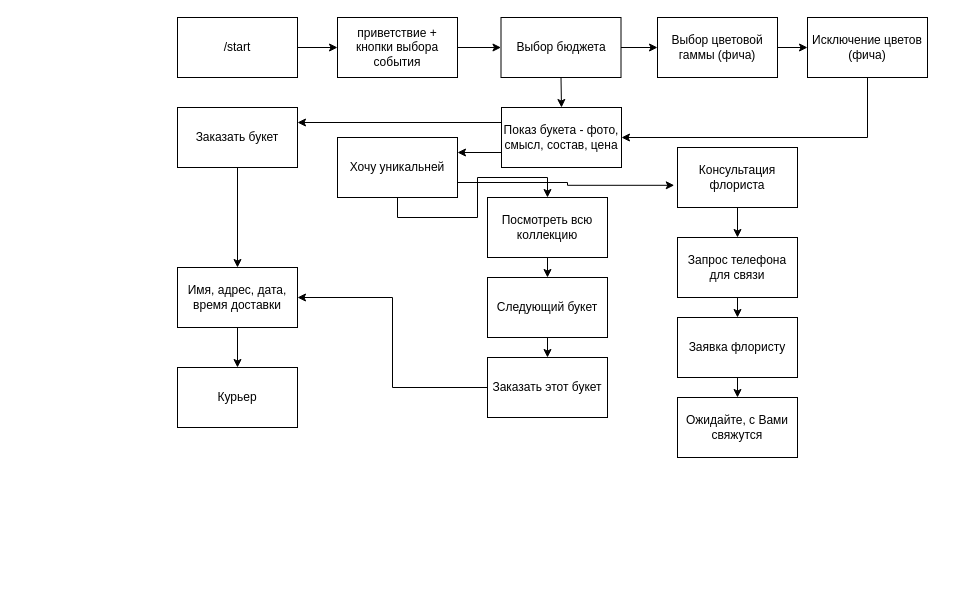
Before: FlowerShopDiagram.drawio in KamenskiyIlya/FlowerShop, a draw.io diagram. Source tidied: cells renumbered, new cells numbered last; positions are measured from the earlier drawing's top-left corner, leaving out a move shared by most shapes. Both pictures are drawn from the tidied source at 100%, with x=0, y=0 at pixel (177, 17).
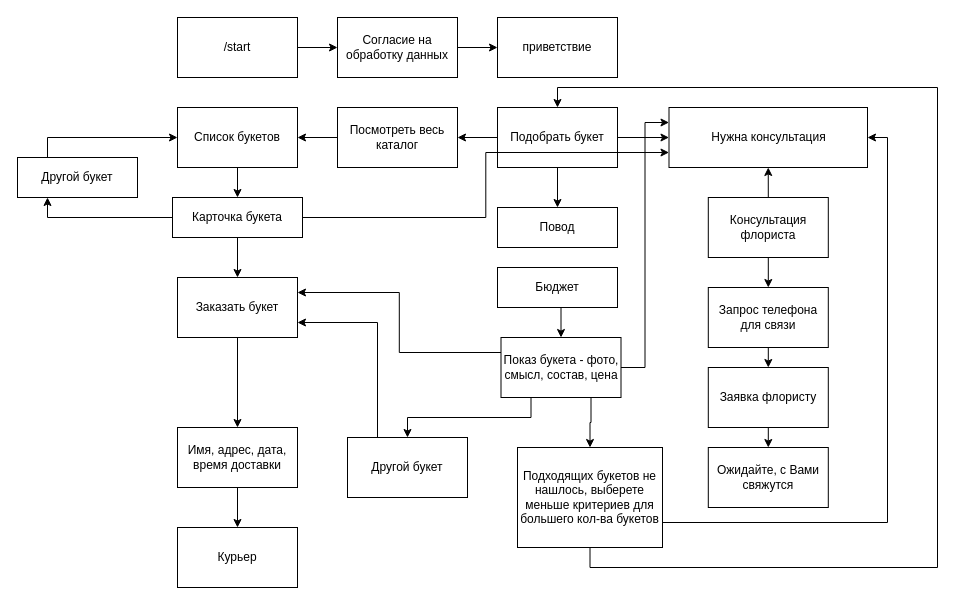
The same page after the edit.

The change refers to these unchanged cells:
```xml
<mxCell id="3" value="/start" style="rounded=0;whiteSpace=wrap;html=1;" parent="1" vertex="1">
  <mxGeometry width="120" height="60" as="geometry" />
</mxCell>
```

The edit, as a diff of the source:
```diff
@@
-    <mxCell id="2" style="edgeStyle=orthogonalEdgeStyle;rounded=0;jettySize=auto;html=1;exitX=1;exitY=0.5;exitDx=0;exitDy=0;entryX=0;entryY=0.5;entryDx=0;entryDy=0;" parent="1" edge="1" source="3" target="8">
-      <mxGeometry relative="1" as="geometry" />
-    </mxCell>
+    <mxCell id="37" style="edgeStyle=orthogonalEdgeStyle;rounded=0;jettySize=auto;html=1;exitX=1;exitY=0.5;exitDx=0;exitDy=0;entryX=0;entryY=0.5;entryDx=0;entryDy=0;" parent="1" edge="1" source="3" target="45">
+      <mxGeometry relative="1" as="geometry" />
+    </mxCell>
@@
-    <mxCell id="4" style="edgeStyle=orthogonalEdgeStyle;rounded=0;jettySize=auto;html=1;exitX=1;exitY=0.5;exitDx=0;exitDy=0;entryX=0;entryY=0.5;entryDx=0;entryDy=0;" parent="1" edge="1" source="6" target="10">
-      <mxGeometry relative="1" as="geometry" />
-    </mxCell>
-    <mxCell id="5" style="edgeStyle=orthogonalEdgeStyle;rounded=0;jettySize=auto;html=1;exitX=0.5;exitY=1;exitDx=0;exitDy=0;entryX=0.5;entryY=0;entryDx=0;entryDy=0;" parent="1" edge="1" source="6" target="15">
-      <mxGeometry relative="1" as="geometry" />
-    </mxCell>
-    <mxCell id="6" value="Выбор бюджета" style="rounded=0;whiteSpace=wrap;html=1;" parent="1" vertex="1">
-      <mxGeometry x="323.5" width="120" height="60" as="geometry" />
-    </mxCell>
-    <mxCell id="7" style="edgeStyle=orthogonalEdgeStyle;rounded=0;jettySize=auto;html=1;exitX=1;exitY=0.5;exitDx=0;exitDy=0;entryX=0;entryY=0.5;entryDx=0;entryDy=0;" parent="1" edge="1" source="8" target="6">
-      <mxGeometry relative="1" as="geometry" />
-    </mxCell>
-    <mxCell id="8" value="приветствие + кнопки выбора события" style="rounded=0;whiteSpace=wrap;html=1;" parent="1" vertex="1">
-      <mxGeometry x="160" width="120" height="60" as="geometry" />
+    <mxCell id="8" value="приветствие" style="rounded=0;whiteSpace=wrap;html=1;" parent="1" vertex="1">
+      <mxGeometry x="320" width="120" height="60" as="geometry" />
     </mxCell>
-    <mxCell id="9" style="edgeStyle=orthogonalEdgeStyle;rounded=0;jettySize=auto;html=1;exitX=1;exitY=0.5;exitDx=0;exitDy=0;entryX=0;entryY=0.5;entryDx=0;entryDy=0;" parent="1" edge="1" source="10" target="12">
-      <mxGeometry relative="1" as="geometry" />
-    </mxCell>
-    <mxCell id="10" value="Выбор цветовой гаммы (фича)" style="rounded=0;whiteSpace=wrap;html=1;" parent="1" vertex="1">
-      <mxGeometry x="480" width="120" height="60" as="geometry" />
-    </mxCell>
-    <mxCell id="11" style="edgeStyle=orthogonalEdgeStyle;rounded=0;jettySize=auto;html=1;exitX=0.5;exitY=1;exitDx=0;exitDy=0;entryX=1;entryY=0.5;entryDx=0;entryDy=0;" parent="1" edge="1" source="12" target="15">
-      <mxGeometry relative="1" as="geometry" />
-    </mxCell>
-    <mxCell id="12" value="Исключение цветов&lt;div&gt;(фича)&lt;/div&gt;" style="rounded=0;whiteSpace=wrap;html=1;" parent="1" vertex="1">
-      <mxGeometry x="630" width="120" height="60" as="geometry" />
-    </mxCell>
@@
-    <mxCell id="14" style="edgeStyle=orthogonalEdgeStyle;rounded=0;jettySize=auto;html=1;exitX=0;exitY=0.75;exitDx=0;exitDy=0;entryX=1;entryY=0.25;entryDx=0;entryDy=0;" parent="1" edge="1" source="15" target="19">
-      <mxGeometry relative="1" as="geometry" />
-    </mxCell>
+    <mxCell id="38" style="edgeStyle=orthogonalEdgeStyle;rounded=0;jettySize=auto;html=1;exitX=1;exitY=0.5;exitDx=0;exitDy=0;entryX=0;entryY=0.25;entryDx=0;entryDy=0;" parent="1" edge="1" source="15" target="52">
+      <mxGeometry relative="1" as="geometry" />
+    </mxCell>
+    <mxCell id="39" style="edgeStyle=orthogonalEdgeStyle;rounded=0;jettySize=auto;html=1;exitX=0.75;exitY=1;exitDx=0;exitDy=0;entryX=0.5;entryY=0;entryDx=0;entryDy=0;" parent="1" edge="1" source="15" target="26">
+      <mxGeometry relative="1" as="geometry" />
+    </mxCell>
+    <mxCell id="40" style="edgeStyle=orthogonalEdgeStyle;rounded=0;jettySize=auto;html=1;exitX=0.25;exitY=1;exitDx=0;exitDy=0;" parent="1" edge="1" source="15" target="65">
+      <mxGeometry relative="1" as="geometry" />
+    </mxCell>
     <mxCell id="15" value="Показ букета - фото, смысл, состав, цена" style="rounded=0;whiteSpace=wrap;html=1;" parent="1" vertex="1">
-      <mxGeometry x="324" y="90" width="120" height="60" as="geometry" />
+      <mxGeometry x="323.5" y="320" width="120" height="60" as="geometry" />
     </mxCell>
@@
     <mxCell id="17" value="Заказать букет" style="rounded=0;whiteSpace=wrap;html=1;" parent="1" vertex="1">
-      <mxGeometry y="90" width="120" height="60" as="geometry" />
+      <mxGeometry y="260" width="120" height="60" as="geometry" />
     </mxCell>
-    <mxCell id="18" style="edgeStyle=orthogonalEdgeStyle;rounded=0;jettySize=auto;html=1;exitX=0.5;exitY=1;exitDx=0;exitDy=0;entryX=0.5;entryY=0;entryDx=0;entryDy=0;" parent="1" edge="1" source="19" target="26">
-      <mxGeometry relative="1" as="geometry" />
-    </mxCell>
-    <mxCell id="19" value="Хочу уникальней" style="rounded=0;whiteSpace=wrap;html=1;" parent="1" vertex="1">
-      <mxGeometry x="160" y="120" width="120" height="60" as="geometry" />
-    </mxCell>
@@
     <mxCell id="21" value="Имя, адрес, дата, время доставки" style="rounded=0;whiteSpace=wrap;html=1;" parent="1" vertex="1">
-      <mxGeometry y="250" width="120" height="60" as="geometry" />
+      <mxGeometry y="410" width="120" height="60" as="geometry" />
     </mxCell>
     <mxCell id="22" value="Курьер" style="rounded=0;whiteSpace=wrap;html=1;" parent="1" vertex="1">
-      <mxGeometry y="350" width="120" height="60" as="geometry" />
+      <mxGeometry y="510" width="120" height="60" as="geometry" />
     </mxCell>
@@
+    <mxCell id="41" style="edgeStyle=orthogonalEdgeStyle;rounded=0;jettySize=auto;html=1;exitX=0.5;exitY=0;exitDx=0;exitDy=0;entryX=0.5;entryY=1;entryDx=0;entryDy=0;" parent="1" edge="1" source="24" target="52">
+      <mxGeometry relative="1" as="geometry" />
+    </mxCell>
     <mxCell id="24" value="Консультация флориста" style="rounded=0;whiteSpace=wrap;html=1;" parent="1" vertex="1">
-      <mxGeometry x="500" y="130" width="120" height="60" as="geometry" />
+      <mxGeometry x="530.8" y="180" width="120" height="60" as="geometry" />
     </mxCell>
-    <mxCell id="25" style="edgeStyle=orthogonalEdgeStyle;rounded=0;jettySize=auto;html=1;exitX=0.5;exitY=1;exitDx=0;exitDy=0;entryX=0.5;entryY=0;entryDx=0;entryDy=0;" parent="1" edge="1" source="26" target="28">
-      <mxGeometry relative="1" as="geometry" />
-    </mxCell>
+    <mxCell id="42" style="edgeStyle=orthogonalEdgeStyle;rounded=0;jettySize=auto;html=1;exitX=1;exitY=0.75;exitDx=0;exitDy=0;entryX=1;entryY=0.5;entryDx=0;entryDy=0;" parent="1" edge="1" source="26" target="52">
+      <mxGeometry relative="1" as="geometry" />
+    </mxCell>
+    <mxCell id="43" style="edgeStyle=orthogonalEdgeStyle;rounded=0;jettySize=auto;html=1;exitX=0.5;exitY=1;exitDx=0;exitDy=0;entryX=0.5;entryY=0;entryDx=0;entryDy=0;" parent="1" edge="1" source="26" target="51">
+      <mxGeometry relative="1" as="geometry">
+        <Array as="points">
+          <mxPoint x="413" y="550" />
+          <mxPoint x="760" y="550" />
+          <mxPoint x="760" y="70" />
+          <mxPoint x="380" y="70" />
+        </Array>
+      </mxGeometry>
+    </mxCell>
-    <mxCell id="26" value="Посмотреть всю коллекцию" style="rounded=0;whiteSpace=wrap;html=1;" parent="1" vertex="1">
-      <mxGeometry x="310" y="180" width="120" height="60" as="geometry" />
+    <mxCell id="26" value="Подходящих букетов не нашлось, выберете меньше критериев для большего кол-ва букетов" style="rounded=0;whiteSpace=wrap;html=1;" parent="1" vertex="1">
+      <mxGeometry x="340" y="430" width="145" height="100" as="geometry" />
     </mxCell>
-    <mxCell id="27" style="edgeStyle=orthogonalEdgeStyle;rounded=0;jettySize=auto;html=1;exitX=0.5;exitY=1;exitDx=0;exitDy=0;entryX=0.5;entryY=0;entryDx=0;entryDy=0;" parent="1" edge="1" source="28" target="35">
-      <mxGeometry relative="1" as="geometry" />
-    </mxCell>
-    <mxCell id="28" value="Следующий букет" style="rounded=0;whiteSpace=wrap;html=1;" parent="1" vertex="1">
-      <mxGeometry x="310" y="260" width="120" height="60" as="geometry" />
-    </mxCell>
@@
     <mxCell id="30" value="Запрос телефона для связи" style="rounded=0;whiteSpace=wrap;html=1;" parent="1" vertex="1">
-      <mxGeometry x="500" y="220" width="120" height="60" as="geometry" />
+      <mxGeometry x="530.8" y="270" width="120" height="60" as="geometry" />
     </mxCell>
@@
     <mxCell id="32" value="Заявка флористу" style="rounded=0;whiteSpace=wrap;html=1;" parent="1" vertex="1">
-      <mxGeometry x="500" y="300" width="120" height="60" as="geometry" />
+      <mxGeometry x="530.8" y="350" width="120" height="60" as="geometry" />
     </mxCell>
     <mxCell id="33" value="Ожидайте, с Вами свяжутся" style="rounded=0;whiteSpace=wrap;html=1;" parent="1" vertex="1">
-      <mxGeometry x="500" y="380" width="120" height="60" as="geometry" />
+      <mxGeometry x="530.8" y="430" width="120" height="60" as="geometry" />
     </mxCell>
-    <mxCell id="34" style="edgeStyle=orthogonalEdgeStyle;rounded=0;jettySize=auto;html=1;exitX=0;exitY=0.5;exitDx=0;exitDy=0;entryX=1;entryY=0.5;entryDx=0;entryDy=0;" parent="1" edge="1" source="35" target="21">
-      <mxGeometry relative="1" as="geometry" />
-    </mxCell>
-    <mxCell id="35" value="Заказать этот букет" style="rounded=0;whiteSpace=wrap;html=1;" parent="1" vertex="1">
-      <mxGeometry x="310" y="340" width="120" height="60" as="geometry" />
-    </mxCell>
-    <mxCell id="36" style="edgeStyle=orthogonalEdgeStyle;rounded=0;jettySize=auto;html=1;exitX=1;exitY=0.75;exitDx=0;exitDy=0;entryX=-0.027;entryY=0.63;entryDx=0;entryDy=0;entryPerimeter=0;" parent="1" edge="1" source="19" target="24">
-      <mxGeometry relative="1" as="geometry" />
-    </mxCell>
+    <mxCell id="44" style="edgeStyle=orthogonalEdgeStyle;rounded=0;jettySize=auto;html=1;exitX=1;exitY=0.5;exitDx=0;exitDy=0;entryX=0;entryY=0.5;entryDx=0;entryDy=0;" parent="1" edge="1" source="45" target="8">
+      <mxGeometry relative="1" as="geometry" />
+    </mxCell>
+    <mxCell id="45" value="Согласие на обработку данных" style="rounded=0;whiteSpace=wrap;html=1;" parent="1" vertex="1">
+      <mxGeometry x="160" width="120" height="60" as="geometry" />
+    </mxCell>
+    <mxCell id="46" style="edgeStyle=orthogonalEdgeStyle;rounded=0;jettySize=auto;html=1;exitX=0;exitY=0.5;exitDx=0;exitDy=0;entryX=1;entryY=0.5;entryDx=0;entryDy=0;" parent="1" edge="1" source="47" target="57">
+      <mxGeometry relative="1" as="geometry" />
+    </mxCell>
+    <mxCell id="47" value="Посмотреть весь каталог" style="rounded=0;whiteSpace=wrap;html=1;" parent="1" vertex="1">
+      <mxGeometry x="160" y="90" width="120" height="60" as="geometry" />
+    </mxCell>
+    <mxCell id="48" style="edgeStyle=orthogonalEdgeStyle;rounded=0;jettySize=auto;html=1;exitX=0.5;exitY=1;exitDx=0;exitDy=0;entryX=0.5;entryY=0;entryDx=0;entryDy=0;" parent="1" edge="1" source="51" target="53">
+      <mxGeometry relative="1" as="geometry" />
+    </mxCell>
+    <mxCell id="49" style="edgeStyle=orthogonalEdgeStyle;rounded=0;jettySize=auto;html=1;exitX=0;exitY=0.5;exitDx=0;exitDy=0;entryX=1;entryY=0.5;entryDx=0;entryDy=0;" parent="1" edge="1" source="51" target="47">
+      <mxGeometry relative="1" as="geometry" />
+    </mxCell>
+    <mxCell id="50" style="edgeStyle=orthogonalEdgeStyle;rounded=0;jettySize=auto;html=1;exitX=1;exitY=0.5;exitDx=0;exitDy=0;entryX=0;entryY=0.5;entryDx=0;entryDy=0;" parent="1" edge="1" source="51" target="52">
+      <mxGeometry relative="1" as="geometry" />
+    </mxCell>
+    <mxCell id="51" value="Подобрать букет" style="rounded=0;whiteSpace=wrap;html=1;" parent="1" vertex="1">
+      <mxGeometry x="320" y="90" width="120" height="60" as="geometry" />
+    </mxCell>
+    <mxCell id="52" value="Нужна консультация" style="rounded=0;whiteSpace=wrap;html=1;" parent="1" vertex="1">
+      <mxGeometry x="491.5" y="90" width="198.5" height="60" as="geometry" />
+    </mxCell>
+    <mxCell id="53" value="Повод" style="rounded=0;whiteSpace=wrap;html=1;" parent="1" vertex="1">
+      <mxGeometry x="320" y="190" width="120" height="40" as="geometry" />
+    </mxCell>
+    <mxCell id="54" style="edgeStyle=orthogonalEdgeStyle;rounded=0;jettySize=auto;html=1;exitX=0.5;exitY=1;exitDx=0;exitDy=0;entryX=0.5;entryY=0;entryDx=0;entryDy=0;" parent="1" edge="1" source="55" target="15">
+      <mxGeometry relative="1" as="geometry" />
+    </mxCell>
+    <mxCell id="55" value="Бюджет" style="rounded=0;whiteSpace=wrap;html=1;" parent="1" vertex="1">
+      <mxGeometry x="320" y="250" width="120" height="40" as="geometry" />
+    </mxCell>
+    <mxCell id="56" style="edgeStyle=orthogonalEdgeStyle;rounded=0;jettySize=auto;html=1;exitX=0.5;exitY=1;exitDx=0;exitDy=0;entryX=0.5;entryY=0;entryDx=0;entryDy=0;" parent="1" edge="1" source="57" target="61">
+      <mxGeometry relative="1" as="geometry" />
+    </mxCell>
+    <mxCell id="57" value="Список букетов" style="rounded=0;whiteSpace=wrap;html=1;" parent="1" vertex="1">
+      <mxGeometry y="90" width="120" height="60" as="geometry" />
+    </mxCell>
+    <mxCell id="58" style="edgeStyle=orthogonalEdgeStyle;rounded=0;jettySize=auto;html=1;exitX=0;exitY=0.5;exitDx=0;exitDy=0;entryX=0.25;entryY=1;entryDx=0;entryDy=0;" parent="1" edge="1" source="61" target="63">
+      <mxGeometry relative="1" as="geometry" />
+    </mxCell>
+    <mxCell id="59" style="edgeStyle=orthogonalEdgeStyle;rounded=0;jettySize=auto;html=1;exitX=0.5;exitY=1;exitDx=0;exitDy=0;entryX=0.5;entryY=0;entryDx=0;entryDy=0;" parent="1" edge="1" source="61" target="17">
+      <mxGeometry relative="1" as="geometry" />
+    </mxCell>
+    <mxCell id="60" style="edgeStyle=orthogonalEdgeStyle;rounded=0;jettySize=auto;html=1;exitX=1;exitY=0.5;exitDx=0;exitDy=0;entryX=0;entryY=0.75;entryDx=0;entryDy=0;" parent="1" edge="1" source="61" target="52">
+      <mxGeometry relative="1" as="geometry" />
+    </mxCell>
+    <mxCell id="61" value="Карточка букета" style="rounded=0;whiteSpace=wrap;html=1;" parent="1" vertex="1">
+      <mxGeometry x="-5" y="180" width="130" height="40" as="geometry" />
+    </mxCell>
+    <mxCell id="62" style="edgeStyle=orthogonalEdgeStyle;rounded=0;jettySize=auto;html=1;exitX=0.25;exitY=0;exitDx=0;exitDy=0;entryX=0;entryY=0.5;entryDx=0;entryDy=0;" parent="1" edge="1" source="63" target="57">
+      <mxGeometry relative="1" as="geometry" />
+    </mxCell>
+    <mxCell id="63" value="Другой букет" style="rounded=0;whiteSpace=wrap;html=1;" parent="1" vertex="1">
+      <mxGeometry x="-160" y="140" width="120" height="40" as="geometry" />
+    </mxCell>
+    <mxCell id="64" style="edgeStyle=orthogonalEdgeStyle;rounded=0;jettySize=auto;html=1;exitX=0.25;exitY=0;exitDx=0;exitDy=0;entryX=1;entryY=0.75;entryDx=0;entryDy=0;" parent="1" edge="1" source="65" target="17">
+      <mxGeometry relative="1" as="geometry" />
+    </mxCell>
+    <mxCell id="65" value="Другой букет" style="rounded=0;whiteSpace=wrap;html=1;" parent="1" vertex="1">
+      <mxGeometry x="170" y="420" width="120" height="60" as="geometry" />
+    </mxCell>
```
